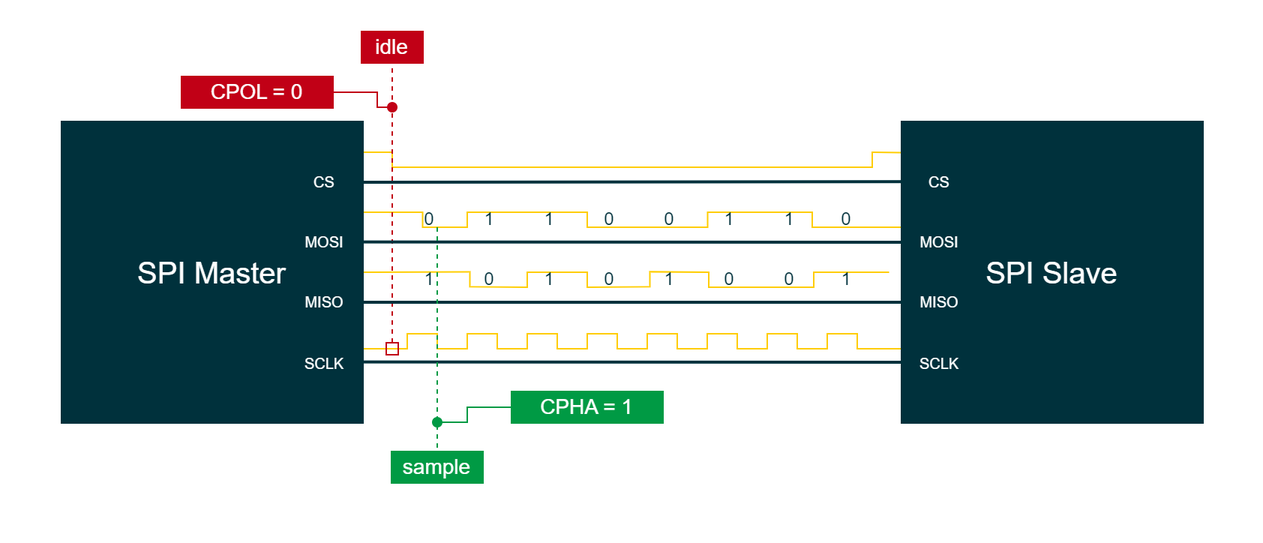
PLAY-Embedded/pe_assets keeps this draw.io diagram as draw.io/PE Articles/General knowledge/Fundamentals/SPI 101 A Beginner's Guide To Serial Communication/Mode 1 (PE).png. Above is the earlier version. Source tidied: cells renumbered, new cells last; positions are measured from the earlier drawing's top-left corner, leaving out a move shared by most shapes.
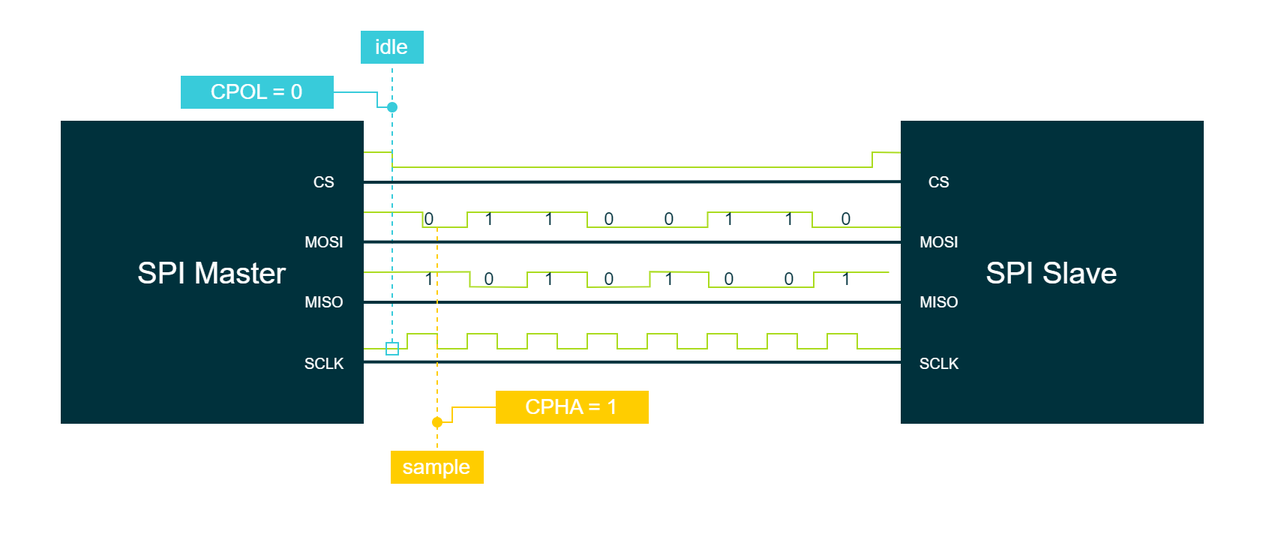
Later version of the same file.

Change to the diagram source:
```diff
@@ -2,7 +2,13 @@
   <root>
     <mxCell id="0" />
     <mxCell id="1" parent="0" />
+    <mxCell id="4" style="rounded=0;whiteSpace=wrap;html=1;strokeColor=none;strokeWidth=2;fontFamily=Arial;fontSize=12;fontColor=#FFFFFF;fillColor=none;" parent="1" vertex="1">
+      <mxGeometry width="840" height="360" as="geometry" />
+    </mxCell>
+    <mxCell id="7" style="rounded=0;whiteSpace=wrap;html=1;strokeColor=none;strokeWidth=2;fontFamily=Arial;fontSize=12;fontColor=#FFFFFF;fillColor=none;" parent="1" vertex="1">
+      <mxGeometry width="840" height="360" as="geometry" />
+    </mxCell>
-    <mxCell id="2" style="endArrow=none;html=1;rounded=0;strokeColor=#FFCD00;strokeWidth=1;fontFamily=Arial;fontSize=20;fontColor=#101820;fillColor=#FFCD00;" parent="1" edge="1">
+    <mxCell id="2" style="endArrow=none;html=1;rounded=0;strokeColor=#AADB1E;strokeWidth=1;fontFamily=Arial;fontSize=20;fontColor=#101820;fillColor=#AADB1E;" parent="1" edge="1">
       <mxGeometry relative="1" as="geometry">
         <mxPoint x="240.2" y="140" as="sourcePoint" />
         <mxPoint x="600.2" y="140" as="targetPoint" />
@@ -24,7 +30,7 @@
         </Array>
       </mxGeometry>
     </mxCell>
-    <mxCell id="3" style="endArrow=none;html=1;rounded=0;strokeColor=#FFCD00;strokeWidth=1;fontFamily=Arial;fontSize=20;fontColor=#00B2A9;fillColor=#FFCD00;" parent="1" edge="1">
+    <mxCell id="3" style="endArrow=none;html=1;rounded=0;strokeColor=#AADB1E;strokeWidth=1;fontFamily=Arial;fontSize=20;fontColor=#00B2A9;fillColor=#AADB1E;" parent="1" edge="1">
       <mxGeometry relative="1" as="geometry">
         <mxPoint x="241" y="180" as="sourcePoint" />
         <mxPoint x="591.2" y="180" as="targetPoint" />
@@ -44,10 +50,7 @@
         </Array>
       </mxGeometry>
     </mxCell>
-    <mxCell id="4" style="rounded=0;whiteSpace=wrap;html=1;strokeColor=none;strokeWidth=2;fontFamily=Arial;fontSize=12;fontColor=#FFFFFF;fillColor=none;" parent="1" vertex="1">
-      <mxGeometry width="840" height="360" as="geometry" />
-    </mxCell>
-    <mxCell id="5" style="endArrow=none;html=1;rounded=0;strokeColor=#FFCD00;strokeWidth=1;fontFamily=Arial;fontSize=20;fontColor=#00B2A9;fillColor=#FFCD00;" parent="1" edge="1">
+    <mxCell id="5" style="endArrow=none;html=1;rounded=0;strokeColor=#AADB1E;strokeWidth=1;fontFamily=Arial;fontSize=20;fontColor=#00B2A9;fillColor=#AADB1E;" parent="1" edge="1">
       <mxGeometry relative="1" as="geometry">
         <mxPoint x="240" y="231" as="sourcePoint" />
         <mxPoint x="600" y="231" as="targetPoint" />
@@ -87,7 +90,7 @@
         </Array>
       </mxGeometry>
     </mxCell>
-    <mxCell id="6" style="endArrow=none;html=1;rounded=0;strokeColor=#FFCD00;strokeWidth=1;fontFamily=Arial;fontSize=20;fontColor=#101820;fillColor=#FFCD00;exitX=1.005;exitY=0.1;exitDx=0;exitDy=0;exitPerimeter=0;entryX=-0.004;entryY=0.101;entryDx=0;entryDy=0;entryPerimeter=0;" parent="1" edge="1" source="10" target="15">
+    <mxCell id="6" style="endArrow=none;html=1;rounded=0;strokeColor=#AADB1E;strokeWidth=1;fontFamily=Arial;fontSize=20;fontColor=#101820;fillColor=#AADB1E;exitX=1.005;exitY=0.1;exitDx=0;exitDy=0;exitPerimeter=0;entryX=-0.004;entryY=0.101;entryDx=0;entryDy=0;entryPerimeter=0;" parent="1" edge="1" source="10" target="15">
       <mxGeometry relative="1" as="geometry">
         <Array as="points">
           <mxPoint x="260" y="100" />
@@ -97,10 +100,7 @@
         </Array>
       </mxGeometry>
     </mxCell>
-    <mxCell id="7" style="rounded=0;whiteSpace=wrap;html=1;strokeColor=none;strokeWidth=2;fontFamily=Arial;fontSize=12;fontColor=#FFFFFF;fillColor=none;" parent="1" vertex="1">
-      <mxGeometry width="840" height="360" as="geometry" />
-    </mxCell>
-    <mxCell id="8" style="endArrow=none;dashed=1;html=1;strokeWidth=1;rounded=0;strokeColor=#C10016;fontFamily=Arial;fontSize=10;fontColor=#FFFFFF;fillColor=#C10016;startArrow=box;startFill=0;entryX=0.5;entryY=1;entryDx=0;entryDy=0;" parent="1" edge="1">
+    <mxCell id="8" style="endArrow=none;dashed=1;html=1;strokeWidth=1;rounded=0;strokeColor=#38CBDA;fontFamily=Arial;fontSize=10;fontColor=#FFFFFF;fillColor=#38CBDA;startArrow=box;startFill=0;entryX=0.5;entryY=1;entryDx=0;entryDy=0;" parent="1" edge="1">
       <mxGeometry relative="1" as="geometry">
         <mxPoint x="260" y="235" as="sourcePoint" />
         <mxPoint x="260" y="40" as="targetPoint" />
@@ -153,7 +153,7 @@
     <mxCell id="23" style="endArrow=none;html=1;rounded=0;strokeColor=#00313C;strokeWidth=2;fontFamily=Arial;fontSize=20;fontColor=#101820;fillColor=none;exitX=1.003;exitY=0.799;exitDx=0;exitDy=0;exitPerimeter=0;entryX=0;entryY=0.8;entryDx=0;entryDy=0;entryPerimeter=0;" parent="1" edge="1" source="10" target="15">
       <mxGeometry relative="1" as="geometry" />
     </mxCell>
-    <mxCell id="24" style="endArrow=none;html=1;rounded=0;strokeColor=#C10016;strokeWidth=1;fontFamily=Arial;fontSize=16;fontColor=#FFFFFF;fillColor=#C10016;startArrow=oval;startFill=1;" parent="1" edge="1">
+    <mxCell id="24" style="endArrow=none;html=1;rounded=0;strokeColor=#38CBDA;strokeWidth=1;fontFamily=Arial;fontSize=16;fontColor=#FFFFFF;fillColor=#38CBDA;startArrow=oval;startFill=1;" parent="1" edge="1">
       <mxGeometry relative="1" as="geometry">
         <mxPoint x="260" y="70" as="sourcePoint" />
         <mxPoint x="220" y="60" as="targetPoint" />
@@ -163,33 +163,33 @@
         </Array>
       </mxGeometry>
     </mxCell>
-    <mxCell id="25" value="CPOL = 0" style="whiteSpace=wrap;html=1;strokeColor=#C10016;strokeWidth=2;fontFamily=Arial;fontSize=14;fontColor=#FFFFFF;fillColor=#C10016;" parent="1" vertex="1">
+    <mxCell id="25" value="CPOL = 0" style="whiteSpace=wrap;html=1;strokeColor=#38CBDA;strokeWidth=2;fontFamily=Arial;fontSize=14;fontColor=#FFFFFF;fillColor=#38CBDA;" parent="1" vertex="1">
       <mxGeometry x="120" y="50" width="100" height="20" as="geometry" />
     </mxCell>
-    <mxCell id="26" value="idle" style="whiteSpace=wrap;html=1;strokeColor=#C10016;strokeWidth=2;fontFamily=Arial;fontSize=14;fontColor=#FFFFFF;fillColor=#C10016;" parent="1" vertex="1">
+    <mxCell id="26" value="idle" style="whiteSpace=wrap;html=1;strokeColor=#38CBDA;strokeWidth=2;fontFamily=Arial;fontSize=14;fontColor=#FFFFFF;fillColor=#38CBDA;" parent="1" vertex="1">
       <mxGeometry x="240" y="20" width="40" height="20" as="geometry" />
     </mxCell>
-    <mxCell id="27" style="endArrow=none;dashed=1;html=1;strokeWidth=1;rounded=0;strokeColor=#009A44;fontFamily=Arial;fontSize=10;fontColor=#FFFFFF;fillColor=#009A44;startArrow=none;startFill=0;" parent="1" edge="1">
+    <mxCell id="27" style="endArrow=none;dashed=1;html=1;strokeWidth=1;rounded=0;strokeColor=#FFCD00;fontFamily=Arial;fontSize=10;fontColor=#FFFFFF;fillColor=#FFCD00;startArrow=none;startFill=0;" parent="1" edge="1">
       <mxGeometry relative="1" as="geometry">
         <mxPoint x="290" y="150" as="sourcePoint" />
         <mxPoint x="290" y="300" as="targetPoint" />
       </mxGeometry>
     </mxCell>
-    <mxCell id="28" value="sample" style="whiteSpace=wrap;html=1;strokeColor=#009A44;strokeWidth=2;fontFamily=Arial;fontSize=14;fontColor=#FFFFFF;fillColor=#009A44;" parent="1" vertex="1">
+    <mxCell id="28" value="sample" style="whiteSpace=wrap;html=1;strokeColor=#FFCD00;strokeWidth=2;fontFamily=Arial;fontSize=14;fontColor=#FFFFFF;fillColor=#FFCD00;" parent="1" vertex="1">
       <mxGeometry x="260" y="300" width="60" height="20" as="geometry" />
     </mxCell>
-    <mxCell id="29" style="endArrow=none;html=1;rounded=0;strokeColor=#009A44;strokeWidth=1;fontFamily=Arial;fontSize=10;fontColor=#FFFFFF;fillColor=#009A44;startArrow=oval;startFill=1;" parent="1" edge="1">
+    <mxCell id="29" style="endArrow=none;html=1;rounded=0;strokeColor=#FFCD00;strokeWidth=1;fontFamily=Arial;fontSize=10;fontColor=#FFFFFF;fillColor=#FFCD00;startArrow=oval;startFill=1;" parent="1" edge="1">
       <mxGeometry relative="1" as="geometry">
         <mxPoint x="290" y="280" as="sourcePoint" />
         <mxPoint x="340" y="270" as="targetPoint" />
         <Array as="points">
-          <mxPoint x="310" y="280" />
-          <mxPoint x="310" y="270" />
+          <mxPoint x="300" y="280" />
+          <mxPoint x="300" y="270" />
         </Array>
       </mxGeometry>
     </mxCell>
-    <mxCell id="30" value="CPHA = 1" style="whiteSpace=wrap;html=1;strokeColor=#009A44;strokeWidth=2;fontFamily=Arial;fontSize=14;fontColor=#FFFFFF;fillColor=#009A44;" parent="1" vertex="1">
-      <mxGeometry x="340" y="260" width="100" height="20" as="geometry" />
+    <mxCell id="30" value="CPHA = 1" style="whiteSpace=wrap;html=1;strokeColor=#FFCD00;strokeWidth=2;fontFamily=Arial;fontSize=14;fontColor=#FFFFFF;fillColor=#FFCD00;" parent="1" vertex="1">
+      <mxGeometry x="330" y="260" width="100" height="20" as="geometry" />
     </mxCell>
     <mxCell id="31" value="&lt;font color=&quot;#00313c&quot;&gt;0&lt;/font&gt;" style="rounded=0;whiteSpace=wrap;html=1;labelBackgroundColor=none;strokeColor=none;strokeWidth=4;fillColor=none;fontColor=#3C3521;align=center;verticalAlign=middle;" parent="1" vertex="1">
       <mxGeometry x="280" y="140" width="10" height="10" as="geometry" />
```
